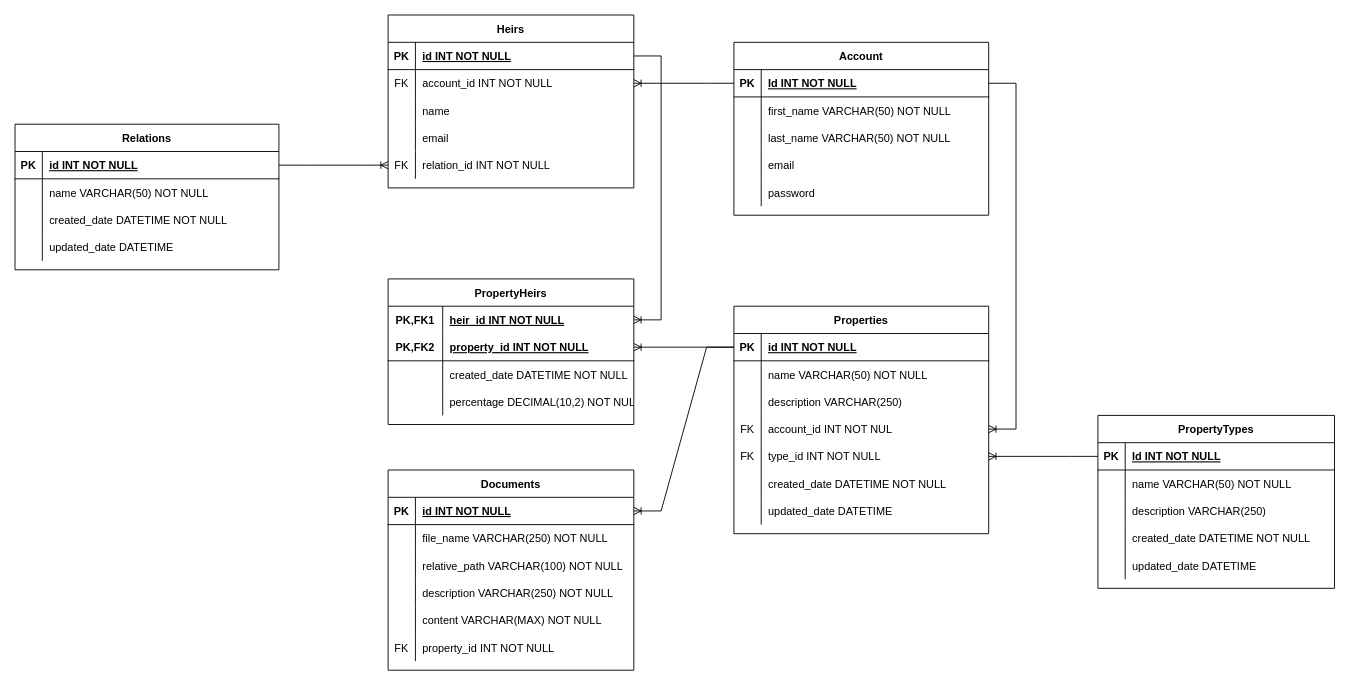
The draw.io diagram ER_Diagram.drawio in NTHU-Nova-Corp/e-testament-api, before the edit. Source tidied: cells renumbered, new cells numbered last; positions are measured from the earlier drawing's top-left corner, leaving out a move shared by most shapes. Both pictures are drawn from the tidied source at 91%, with x=0, y=0 at pixel (15, 15).
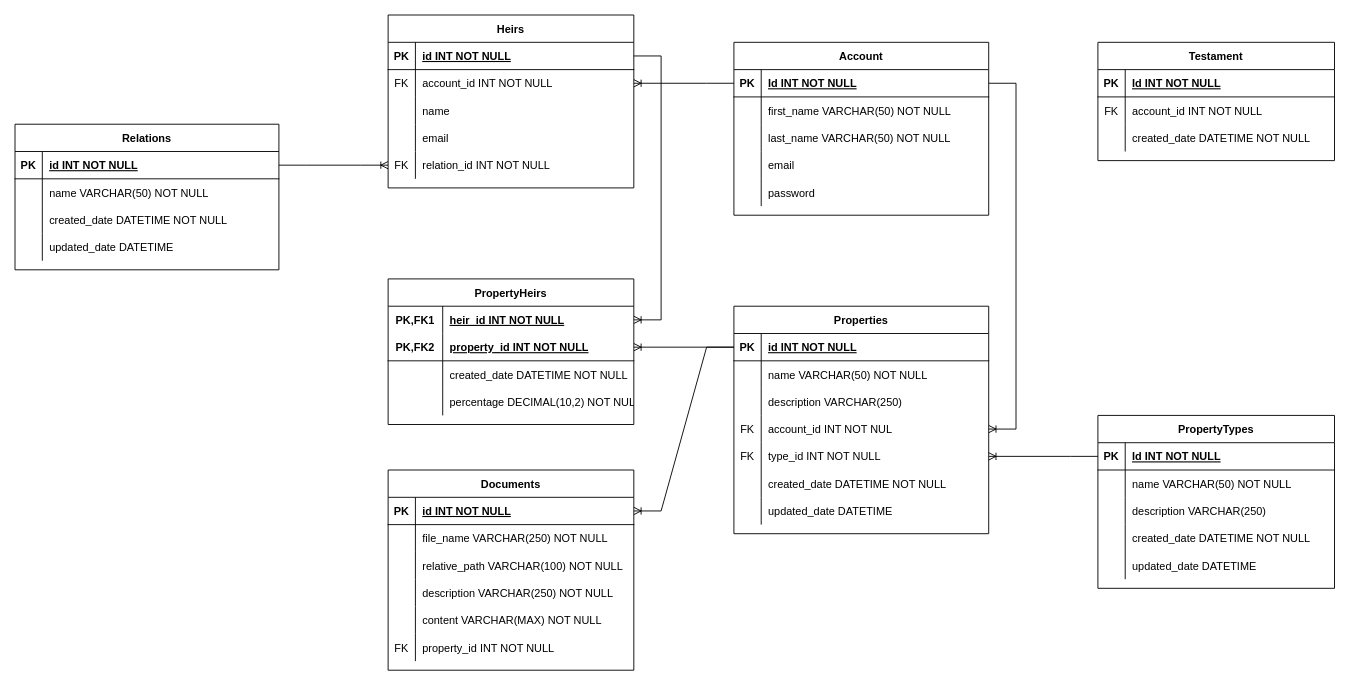
The same page after the edit.

The edit, as a diff of the source:
```diff
@@
+    <mxCell id="124" value="Testament" style="shape=table;startSize=30;childLayout=tableLayout;rowLines=0;fontStyle=1;align=center;" parent="1" vertex="1">
+      <mxGeometry x="1190" y="30" width="260" height="130" as="geometry" />
+    </mxCell>
+    <mxCell id="125" style="shape=tableRow;horizontal=0;startSize=0;swimlaneHead=0;swimlaneBody=0;fillColor=none;top=0;left=0;right=0;bottom=1;" parent="124" vertex="1">
+      <mxGeometry y="30" width="260" height="30" as="geometry" />
+    </mxCell>
+    <mxCell id="126" value="PK" style="shape=partialRectangle;fillColor=none;top=0;left=0;bottom=0;right=0;fontStyle=1;overflow=hidden;" parent="125" vertex="1">
+      <mxGeometry width="30" height="30" as="geometry" />
+    </mxCell>
+    <mxCell id="127" value="Id INT NOT NULL" style="shape=partialRectangle;fillColor=none;top=0;left=0;bottom=0;right=0;align=left;spacingLeft=6;fontStyle=5;overflow=hidden;" parent="125" vertex="1">
+      <mxGeometry x="30" width="230" height="30" as="geometry" />
+    </mxCell>
+    <mxCell id="128" style="shape=tableRow;horizontal=0;startSize=0;swimlaneHead=0;swimlaneBody=0;fillColor=none;top=0;left=0;right=0;bottom=0;" parent="124" vertex="1">
+      <mxGeometry y="60" width="260" height="30" as="geometry" />
+    </mxCell>
+    <mxCell id="129" value="FK" style="shape=partialRectangle;fillColor=none;top=0;left=0;bottom=0;right=0;overflow=hidden;" parent="128" vertex="1">
+      <mxGeometry width="30" height="30" as="geometry" />
+    </mxCell>
+    <mxCell id="130" value="account_id INT NOT NULL" style="shape=partialRectangle;fillColor=none;top=0;left=0;bottom=0;right=0;align=left;spacingLeft=6;overflow=hidden;" parent="128" vertex="1">
+      <mxGeometry x="30" width="230" height="30" as="geometry" />
+    </mxCell>
+    <mxCell id="131" style="shape=tableRow;horizontal=0;startSize=0;swimlaneHead=0;swimlaneBody=0;fillColor=none;top=0;left=0;right=0;bottom=0;" parent="124" vertex="1">
+      <mxGeometry y="90" width="260" height="30" as="geometry" />
+    </mxCell>
+    <mxCell id="132" style="shape=partialRectangle;fillColor=none;top=0;left=0;bottom=0;right=0;overflow=hidden;" parent="131" vertex="1">
+      <mxGeometry width="30" height="30" as="geometry" />
+    </mxCell>
+    <mxCell id="133" value="created_date DATETIME NOT NULL" style="shape=partialRectangle;fillColor=none;top=0;left=0;bottom=0;right=0;align=left;spacingLeft=6;overflow=hidden;" parent="131" vertex="1">
+      <mxGeometry x="30" width="230" height="30" as="geometry" />
+    </mxCell>
```
